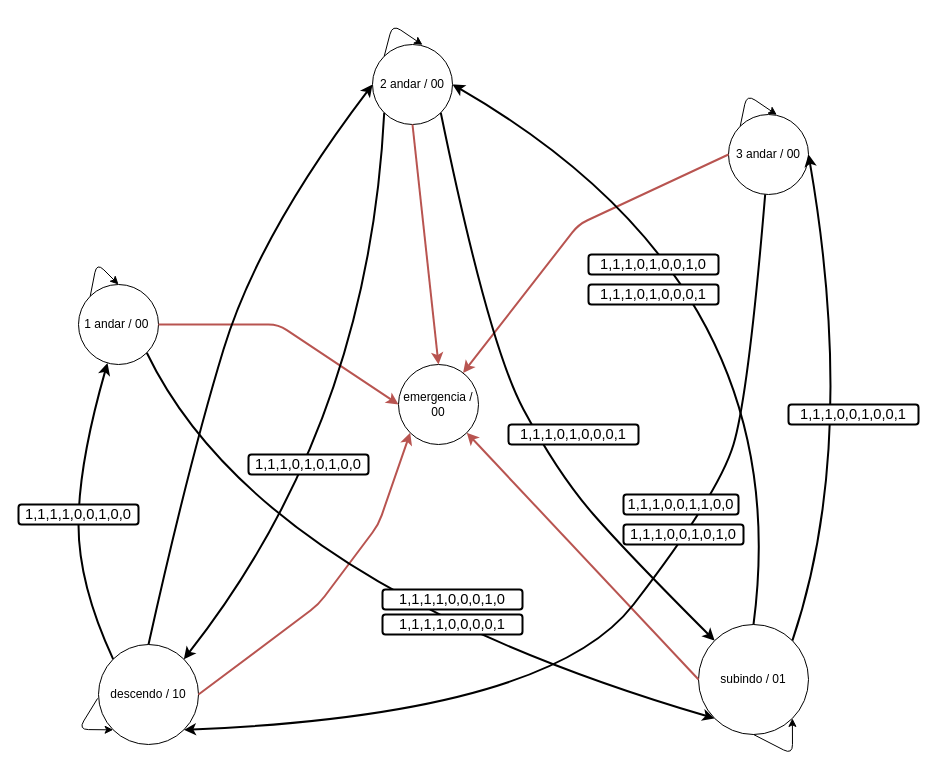
Above: GB/Elevador/Elevador.drawio in davischmitz/prototipacao-digital (draw.io), before the change. Source tidied: cells renumbered, new cells numbered last; positions are measured from the earlier drawing's top-left corner, leaving out a move shared by most shapes. Both pictures are drawn from the tidied source at 100%, with x=0, y=0 at pixel (18, 24).
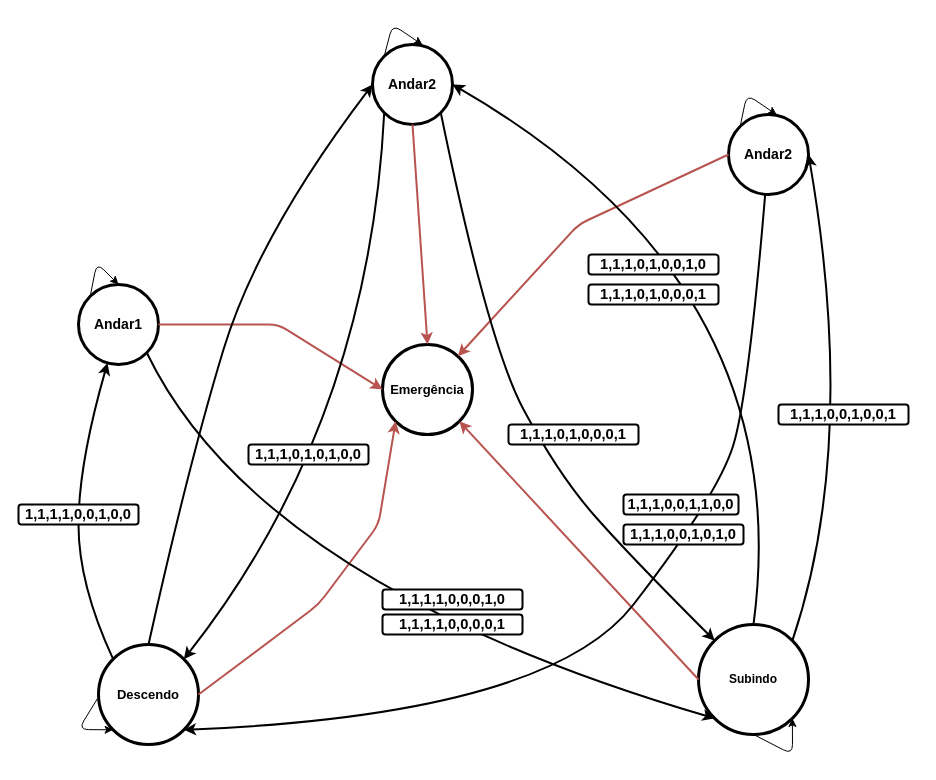
Above is the later version.

What changed in the source:
```diff
@@
-    <mxCell id="2" value="1 andar / 00&amp;nbsp;" style="ellipse;whiteSpace=wrap;html=1;" parent="1" vertex="1">
+    <mxCell id="2" value="&lt;b&gt;&lt;font style=&quot;font-size: 14px&quot;&gt;Andar1&lt;/font&gt;&lt;/b&gt;" style="ellipse;whiteSpace=wrap;html=1;strokeWidth=3;" parent="1" vertex="1">
       <mxGeometry x="60" y="260" width="80" height="80" as="geometry" />
     </mxCell>
-    <mxCell id="3" value="2 andar / 00" style="ellipse;whiteSpace=wrap;html=1;" parent="1" vertex="1">
+    <mxCell id="3" value="&lt;b style=&quot;font-size: 14px&quot;&gt;Andar2&lt;/b&gt;" style="ellipse;whiteSpace=wrap;html=1;strokeWidth=3;" parent="1" vertex="1">
       <mxGeometry x="354" y="20" width="80" height="80" as="geometry" />
     </mxCell>
-    <mxCell id="4" value="3 andar / 00" style="ellipse;whiteSpace=wrap;html=1;" parent="1" vertex="1">
+    <mxCell id="4" value="&lt;b&gt;&lt;font style=&quot;font-size: 14px&quot;&gt;Andar2&lt;/font&gt;&lt;/b&gt;" style="ellipse;whiteSpace=wrap;html=1;strokeWidth=3;" parent="1" vertex="1">
       <mxGeometry x="710" y="90" width="80" height="80" as="geometry" />
     </mxCell>
-    <mxCell id="5" value="subindo / 01" style="ellipse;whiteSpace=wrap;html=1;" parent="1" vertex="1">
+    <mxCell id="5" value="&lt;b&gt;Subindo&lt;/b&gt;" style="ellipse;whiteSpace=wrap;html=1;strokeWidth=3;" parent="1" vertex="1">
       <mxGeometry x="680" y="600" width="110" height="110" as="geometry" />
     </mxCell>
-    <mxCell id="6" value="descendo / 10" style="ellipse;whiteSpace=wrap;html=1;" parent="1" vertex="1">
+    <mxCell id="6" value="&lt;b&gt;&lt;font style=&quot;font-size: 13px&quot;&gt;Descendo&lt;/font&gt;&lt;/b&gt;" style="ellipse;whiteSpace=wrap;html=1;strokeWidth=3;" parent="1" vertex="1">
       <mxGeometry x="80" y="620" width="100" height="100" as="geometry" />
     </mxCell>
-    <mxCell id="7" value="emergencia / 00" style="ellipse;whiteSpace=wrap;html=1;" parent="1" vertex="1">
-      <mxGeometry x="380" y="340" width="80" height="80" as="geometry" />
+    <mxCell id="7" value="&lt;b&gt;&lt;font style=&quot;font-size: 13px&quot;&gt;Emergência&lt;/font&gt;&lt;/b&gt;" style="ellipse;whiteSpace=wrap;html=1;strokeWidth=3;" parent="1" vertex="1">
+      <mxGeometry x="364" y="320" width="90" height="90" as="geometry" />
     </mxCell>
@@
-    <mxCell id="9" style="endArrow=classic;html=1;fillColor=#f8cecc;strokeColor=#b85450;strokeWidth=2;exitX=0.5;exitY=1;exitDx=0;exitDy=0;" parent="1" edge="1" source="3">
-      <mxGeometry relative="1" as="geometry">
-        <mxPoint x="420" y="340" as="targetPoint" />
-      </mxGeometry>
+    <mxCell id="9" style="endArrow=classic;html=1;fillColor=#f8cecc;strokeColor=#b85450;strokeWidth=2;exitX=0.5;exitY=1;exitDx=0;exitDy=0;entryX=0.5;entryY=0;entryDx=0;entryDy=0;" parent="1" edge="1" source="3" target="7">
+      <mxGeometry relative="1" as="geometry" />
     </mxCell>
@@
-    <mxCell id="22" value="&lt;span id=&quot;docs-internal-guid-bbf0f4e8-7fff-1e35-a5ee-ff3e7a154e85&quot;&gt;&lt;span style=&quot;font-size: 11pt ; font-family: &amp;#34;arial&amp;#34; ; background-color: transparent ; vertical-align: baseline&quot;&gt;1,1,1,1,0,0,0,1,0&lt;/span&gt;&lt;/span&gt;" style="text;html=1;align=center;verticalAlign=middle;whiteSpace=wrap;rounded=1;shadow=0;strokeColor=#000000;glass=0;fillColor=#ffffff;strokeWidth=2;" parent="1" vertex="1">
+    <mxCell id="22" value="&lt;span id=&quot;docs-internal-guid-bbf0f4e8-7fff-1e35-a5ee-ff3e7a154e85&quot;&gt;&lt;span style=&quot;font-size: 11pt ; font-family: &amp;#34;arial&amp;#34; ; background-color: transparent ; vertical-align: baseline&quot;&gt;&lt;b&gt;1,1,1,1,0,0,0,1,0&lt;/b&gt;&lt;/span&gt;&lt;/span&gt;" style="text;html=1;align=center;verticalAlign=middle;whiteSpace=wrap;rounded=1;shadow=0;strokeColor=#000000;glass=0;fillColor=#ffffff;strokeWidth=2;" parent="1" vertex="1">
       <mxGeometry x="364" y="565" width="140" height="20" as="geometry" />
     </mxCell>
-    <mxCell id="23" value="&lt;span id=&quot;docs-internal-guid-6589a4b1-7fff-5ea1-2ef8-7b5d9af1116f&quot;&gt;&lt;span style=&quot;font-size: 11pt ; font-family: &amp;#34;arial&amp;#34; ; background-color: transparent ; vertical-align: baseline&quot;&gt;1,1,1,1,0,0,0,0,1&lt;/span&gt;&lt;/span&gt;" style="text;html=1;align=center;verticalAlign=middle;whiteSpace=wrap;rounded=1;strokeColor=#000000;fillColor=#ffffff;strokeWidth=2;" parent="1" vertex="1">
+    <mxCell id="23" value="&lt;span id=&quot;docs-internal-guid-6589a4b1-7fff-5ea1-2ef8-7b5d9af1116f&quot;&gt;&lt;span style=&quot;font-size: 11pt ; font-family: &amp;#34;arial&amp;#34; ; background-color: transparent ; vertical-align: baseline&quot;&gt;&lt;b&gt;1,1,1,1,0,0,0,0,1&lt;/b&gt;&lt;/span&gt;&lt;/span&gt;" style="text;html=1;align=center;verticalAlign=middle;whiteSpace=wrap;rounded=1;strokeColor=#000000;fillColor=#ffffff;strokeWidth=2;" parent="1" vertex="1">
       <mxGeometry x="364" y="590" width="140" height="20" as="geometry" />
     </mxCell>
-    <mxCell id="24" value="&lt;span id=&quot;docs-internal-guid-22f6198f-7fff-e776-b713-9b277268731d&quot;&gt;&lt;span style=&quot;font-size: 11pt ; font-family: &amp;#34;arial&amp;#34; ; background-color: transparent ; vertical-align: baseline&quot;&gt;1,1,1,0,1,0,0,1,0 &lt;/span&gt;&lt;/span&gt;" style="text;html=1;align=center;verticalAlign=middle;whiteSpace=wrap;rounded=1;shadow=0;glass=0;strokeColor=#000000;fillColor=#ffffff;strokeWidth=2;" parent="1" vertex="1">
+    <mxCell id="24" value="&lt;span id=&quot;docs-internal-guid-22f6198f-7fff-e776-b713-9b277268731d&quot;&gt;&lt;span style=&quot;font-size: 11pt ; font-family: &amp;#34;arial&amp;#34; ; background-color: transparent ; vertical-align: baseline&quot;&gt;&lt;b&gt;1,1,1,0,1,0,0,1,0 &lt;/b&gt;&lt;/span&gt;&lt;/span&gt;" style="text;html=1;align=center;verticalAlign=middle;whiteSpace=wrap;rounded=1;shadow=0;glass=0;strokeColor=#000000;fillColor=#ffffff;strokeWidth=2;" parent="1" vertex="1">
       <mxGeometry x="570" y="230" width="130" height="20" as="geometry" />
     </mxCell>
-    <mxCell id="25" value="&lt;span id=&quot;docs-internal-guid-ace200eb-7fff-2d70-2511-e228b79c8bc5&quot;&gt;&lt;span style=&quot;font-size: 11pt ; font-family: &amp;#34;arial&amp;#34; ; background-color: transparent ; vertical-align: baseline&quot;&gt;1,1,1,0,1,0,0,0,1&lt;/span&gt;&lt;/span&gt;" style="text;html=1;align=center;verticalAlign=middle;whiteSpace=wrap;rounded=1;shadow=0;glass=0;strokeColor=#000000;fillColor=#ffffff;strokeWidth=2;" parent="1" vertex="1">
+    <mxCell id="25" value="&lt;span id=&quot;docs-internal-guid-ace200eb-7fff-2d70-2511-e228b79c8bc5&quot;&gt;&lt;span style=&quot;font-size: 11pt ; font-family: &amp;#34;arial&amp;#34; ; background-color: transparent ; vertical-align: baseline&quot;&gt;&lt;b&gt;1,1,1,0,1,0,0,0,1&lt;/b&gt;&lt;/span&gt;&lt;/span&gt;" style="text;html=1;align=center;verticalAlign=middle;whiteSpace=wrap;rounded=1;shadow=0;glass=0;strokeColor=#000000;fillColor=#ffffff;strokeWidth=2;" parent="1" vertex="1">
       <mxGeometry x="570" y="260" width="130" height="20" as="geometry" />
     </mxCell>
-    <mxCell id="26" value="&lt;span id=&quot;docs-internal-guid-dba571e7-7fff-0a41-ba9d-065aade47dcb&quot;&gt;&lt;span style=&quot;font-size: 11pt ; font-family: &amp;#34;arial&amp;#34; ; background-color: transparent ; vertical-align: baseline&quot;&gt;1,1,1,0,1,0,0,0,1&lt;/span&gt;&lt;/span&gt;" style="text;html=1;align=center;verticalAlign=middle;whiteSpace=wrap;rounded=1;shadow=0;glass=0;strokeColor=#000000;fillColor=#ffffff;strokeWidth=2;" parent="1" vertex="1">
+    <mxCell id="26" value="&lt;span id=&quot;docs-internal-guid-dba571e7-7fff-0a41-ba9d-065aade47dcb&quot;&gt;&lt;span style=&quot;font-size: 11pt ; font-family: &amp;#34;arial&amp;#34; ; background-color: transparent ; vertical-align: baseline&quot;&gt;&lt;b&gt;1,1,1,0,1,0,0,0,1&lt;/b&gt;&lt;/span&gt;&lt;/span&gt;" style="text;html=1;align=center;verticalAlign=middle;whiteSpace=wrap;rounded=1;shadow=0;glass=0;strokeColor=#000000;fillColor=#ffffff;strokeWidth=2;" parent="1" vertex="1">
       <mxGeometry x="490" y="400" width="130" height="20" as="geometry" />
     </mxCell>
-    <mxCell id="27" value="&lt;span id=&quot;docs-internal-guid-af920bf1-7fff-59b1-4576-196e4c3b9e97&quot;&gt;&lt;span style=&quot;font-size: 11pt ; font-family: &amp;#34;arial&amp;#34; ; background-color: transparent ; vertical-align: baseline&quot;&gt;1,1,1,0,0,1,0,0,1&lt;/span&gt;&lt;/span&gt;" style="text;html=1;align=center;verticalAlign=middle;whiteSpace=wrap;rounded=1;shadow=0;glass=0;strokeColor=#000000;fillColor=#ffffff;strokeWidth=2;" parent="1" vertex="1">
-      <mxGeometry x="770" y="380" width="130" height="20" as="geometry" />
+    <mxCell id="27" value="&lt;span id=&quot;docs-internal-guid-af920bf1-7fff-59b1-4576-196e4c3b9e97&quot;&gt;&lt;span style=&quot;font-size: 11pt ; font-family: &amp;#34;arial&amp;#34; ; background-color: transparent ; vertical-align: baseline&quot;&gt;&lt;b&gt;1,1,1,0,0,1,0,0,1&lt;/b&gt;&lt;/span&gt;&lt;/span&gt;" style="text;html=1;align=center;verticalAlign=middle;whiteSpace=wrap;rounded=1;shadow=0;glass=0;strokeColor=#000000;fillColor=#ffffff;strokeWidth=2;" parent="1" vertex="1">
+      <mxGeometry x="760" y="380" width="130" height="20" as="geometry" />
     </mxCell>
-    <mxCell id="28" value="&lt;span id=&quot;docs-internal-guid-c035a042-7fff-0c49-afb8-e89a290ca3a1&quot;&gt;&lt;span style=&quot;font-size: 11pt ; font-family: &amp;#34;arial&amp;#34; ; background-color: transparent ; vertical-align: baseline&quot;&gt;1,1,1,0,0,1,1,0,0 &lt;/span&gt;&lt;/span&gt;" style="text;html=1;align=center;verticalAlign=middle;whiteSpace=wrap;rounded=1;shadow=0;glass=0;strokeColor=#000000;fillColor=#ffffff;strokeWidth=2;" parent="1" vertex="1">
+    <mxCell id="28" value="&lt;span id=&quot;docs-internal-guid-c035a042-7fff-0c49-afb8-e89a290ca3a1&quot;&gt;&lt;span style=&quot;font-size: 11pt ; font-family: &amp;#34;arial&amp;#34; ; background-color: transparent ; vertical-align: baseline&quot;&gt;&lt;b&gt;1,1,1,0,0,1,1,0,0 &lt;/b&gt;&lt;/span&gt;&lt;/span&gt;" style="text;html=1;align=center;verticalAlign=middle;whiteSpace=wrap;rounded=1;shadow=0;glass=0;strokeColor=#000000;fillColor=#ffffff;strokeWidth=2;" parent="1" vertex="1">
       <mxGeometry x="605" y="470" width="115" height="20" as="geometry" />
     </mxCell>
-    <mxCell id="29" value="&lt;span id=&quot;docs-internal-guid-0a450c5b-7fff-b23b-1960-abfe635e3b5a&quot;&gt;&lt;span style=&quot;font-size: 11pt ; font-family: &amp;#34;arial&amp;#34; ; background-color: transparent ; vertical-align: baseline&quot;&gt;1,1,1,0,0,1,0,1,0&lt;/span&gt;&lt;/span&gt;" style="text;html=1;align=center;verticalAlign=middle;whiteSpace=wrap;rounded=1;shadow=0;glass=0;strokeColor=#000000;fillColor=#ffffff;strokeWidth=2;" parent="1" vertex="1">
+    <mxCell id="29" value="&lt;span id=&quot;docs-internal-guid-0a450c5b-7fff-b23b-1960-abfe635e3b5a&quot;&gt;&lt;span style=&quot;font-size: 11pt ; font-family: &amp;#34;arial&amp;#34; ; background-color: transparent ; vertical-align: baseline&quot;&gt;&lt;b&gt;1,1,1,0,0,1,0,1,0&lt;/b&gt;&lt;/span&gt;&lt;/span&gt;" style="text;html=1;align=center;verticalAlign=middle;whiteSpace=wrap;rounded=1;shadow=0;glass=0;strokeColor=#000000;fillColor=#ffffff;strokeWidth=2;" parent="1" vertex="1">
       <mxGeometry x="605" y="500" width="120" height="20" as="geometry" />
     </mxCell>
-    <mxCell id="30" value="&lt;span id=&quot;docs-internal-guid-e81d2fcb-7fff-33a9-42db-fe3db5209c5e&quot;&gt;&lt;span style=&quot;font-size: 11pt ; font-family: &amp;#34;arial&amp;#34; ; background-color: transparent ; vertical-align: baseline&quot;&gt;1,1,1,0,1,0,1,0,0&lt;/span&gt;&lt;/span&gt;" style="text;html=1;align=center;verticalAlign=middle;whiteSpace=wrap;rounded=1;shadow=0;glass=0;strokeColor=#000000;fillColor=#ffffff;strokeWidth=2;" parent="1" vertex="1">
-      <mxGeometry x="230" y="430" width="120" height="20" as="geometry" />
+    <mxCell id="30" value="&lt;span id=&quot;docs-internal-guid-e81d2fcb-7fff-33a9-42db-fe3db5209c5e&quot;&gt;&lt;span style=&quot;font-size: 11pt ; font-family: &amp;#34;arial&amp;#34; ; background-color: transparent ; vertical-align: baseline&quot;&gt;&lt;b&gt;1,1,1,0,1,0,1,0,0&lt;/b&gt;&lt;/span&gt;&lt;/span&gt;" style="text;html=1;align=center;verticalAlign=middle;whiteSpace=wrap;rounded=1;shadow=0;glass=0;strokeColor=#000000;fillColor=#ffffff;strokeWidth=2;" parent="1" vertex="1">
+      <mxGeometry x="230" y="420" width="120" height="20" as="geometry" />
     </mxCell>
-    <mxCell id="31" value="&lt;span id=&quot;docs-internal-guid-e2418df5-7fff-e7c6-6563-67e01c6ffb01&quot;&gt;&lt;span style=&quot;font-size: 11pt ; font-family: &amp;#34;arial&amp;#34; ; background-color: transparent ; vertical-align: baseline&quot;&gt;1,1,1,1,0,0,1,0,0&lt;/span&gt;&lt;/span&gt;" style="text;html=1;align=center;verticalAlign=middle;whiteSpace=wrap;rounded=1;shadow=0;glass=0;strokeColor=#000000;fillColor=#ffffff;strokeWidth=2;" parent="1" vertex="1">
+    <mxCell id="31" value="&lt;span id=&quot;docs-internal-guid-e2418df5-7fff-e7c6-6563-67e01c6ffb01&quot;&gt;&lt;span style=&quot;font-size: 11pt ; font-family: &amp;#34;arial&amp;#34; ; background-color: transparent ; vertical-align: baseline&quot;&gt;&lt;b&gt;1,1,1,1,0,0,1,0,0&lt;/b&gt;&lt;/span&gt;&lt;/span&gt;" style="text;html=1;align=center;verticalAlign=middle;whiteSpace=wrap;rounded=1;shadow=0;glass=0;strokeColor=#000000;fillColor=#ffffff;strokeWidth=2;" parent="1" vertex="1">
       <mxGeometry y="480" width="120" height="20" as="geometry" />
     </mxCell>
```
